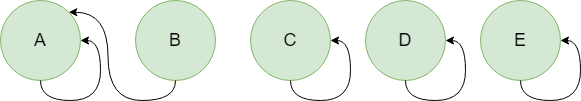
Before: algrithem/union_set_example2.drawio.png, a diagram exported from draw.io (muxicode/c153080686). Source tidied: cells renumbered, new cells last; positions are measured from the earlier drawing's top-left corner, leaving out a move shared by most shapes. Its diagram source:
```xml
<mxGraphModel>
  <root>
    <mxCell id="0" />
    <mxCell id="1" parent="0" />
    <mxCell id="2" value="&lt;font style=&quot;font-size: 18px;&quot;&gt;A&lt;/font&gt;" style="ellipse;whiteSpace=wrap;html=1;fillColor=#d5e8d4;strokeColor=#82b366;" parent="1" vertex="1">
      <mxGeometry width="80" height="80" as="geometry" />
    </mxCell>
    <mxCell id="3" style="edgeStyle=orthogonalEdgeStyle;rounded=0;orthogonalLoop=1;jettySize=auto;html=1;exitX=0.5;exitY=1;exitDx=0;exitDy=0;entryX=1;entryY=0.5;entryDx=0;entryDy=0;curved=1;" parent="1" edge="1" source="2" target="2">
      <mxGeometry relative="1" as="geometry" />
    </mxCell>
    <mxCell id="4" value="&lt;font style=&quot;font-size: 18px;&quot;&gt;B&lt;/font&gt;" style="ellipse;whiteSpace=wrap;html=1;fillColor=#d5e8d4;strokeColor=#82b366;" parent="1" vertex="1">
      <mxGeometry x="135" width="80" height="80" as="geometry" />
    </mxCell>
    <mxCell id="5" style="edgeStyle=orthogonalEdgeStyle;rounded=0;jettySize=auto;html=1;exitX=0.5;exitY=1;exitDx=0;exitDy=0;entryX=1;entryY=0;entryDx=0;entryDy=0;curved=1;" parent="1" edge="1" source="4" target="2">
      <mxGeometry relative="1" as="geometry" />
    </mxCell>
    <mxCell id="6" value="&lt;span style=&quot;font-size: 18px;&quot;&gt;C&lt;/span&gt;" style="ellipse;whiteSpace=wrap;html=1;fillColor=#d5e8d4;strokeColor=#82b366;" parent="1" vertex="1">
      <mxGeometry x="250" width="80" height="80" as="geometry" />
    </mxCell>
    <mxCell id="7" style="edgeStyle=orthogonalEdgeStyle;rounded=0;orthogonalLoop=1;jettySize=auto;html=1;exitX=0.5;exitY=1;exitDx=0;exitDy=0;entryX=1;entryY=0.5;entryDx=0;entryDy=0;curved=1;" parent="1" edge="1" source="6" target="6">
      <mxGeometry relative="1" as="geometry" />
    </mxCell>
    <mxCell id="8" value="&lt;font style=&quot;font-size: 18px;&quot;&gt;D&lt;/font&gt;" style="ellipse;whiteSpace=wrap;html=1;fillColor=#d5e8d4;strokeColor=#82b366;" parent="1" vertex="1">
      <mxGeometry x="365" width="80" height="80" as="geometry" />
    </mxCell>
    <mxCell id="9" style="edgeStyle=orthogonalEdgeStyle;rounded=0;orthogonalLoop=1;jettySize=auto;html=1;exitX=0.5;exitY=1;exitDx=0;exitDy=0;entryX=1;entryY=0.5;entryDx=0;entryDy=0;curved=1;" parent="1" edge="1" source="8" target="8">
      <mxGeometry relative="1" as="geometry" />
    </mxCell>
    <mxCell id="10" value="&lt;font style=&quot;font-size: 18px;&quot;&gt;E&lt;/font&gt;" style="ellipse;whiteSpace=wrap;html=1;fillColor=#d5e8d4;strokeColor=#82b366;" parent="1" vertex="1">
      <mxGeometry x="480" width="80" height="80" as="geometry" />
    </mxCell>
    <mxCell id="11" style="edgeStyle=orthogonalEdgeStyle;rounded=0;orthogonalLoop=1;jettySize=auto;html=1;exitX=0.5;exitY=1;exitDx=0;exitDy=0;entryX=1;entryY=0.5;entryDx=0;entryDy=0;curved=1;" parent="1" edge="1" source="10" target="10">
      <mxGeometry relative="1" as="geometry" />
    </mxCell>
  </root>
</mxGraphModel>
```
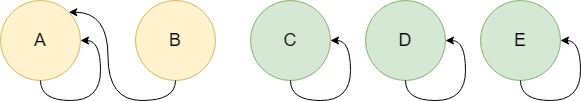
After the commit.

What changed in the source:
```diff
@@ -2,13 +2,13 @@
   <root>
     <mxCell id="0" />
     <mxCell id="1" parent="0" />
-    <mxCell id="2" value="&lt;font style=&quot;font-size: 18px;&quot;&gt;A&lt;/font&gt;" style="ellipse;whiteSpace=wrap;html=1;fillColor=#d5e8d4;strokeColor=#82b366;" parent="1" vertex="1">
+    <mxCell id="2" value="&lt;font style=&quot;font-size: 18px;&quot;&gt;A&lt;/font&gt;" style="ellipse;whiteSpace=wrap;html=1;fillColor=#fff2cc;strokeColor=#d6b656;" parent="1" vertex="1">
       <mxGeometry width="80" height="80" as="geometry" />
     </mxCell>
     <mxCell id="3" style="edgeStyle=orthogonalEdgeStyle;rounded=0;orthogonalLoop=1;jettySize=auto;html=1;exitX=0.5;exitY=1;exitDx=0;exitDy=0;entryX=1;entryY=0.5;entryDx=0;entryDy=0;curved=1;" parent="1" edge="1" source="2" target="2">
       <mxGeometry relative="1" as="geometry" />
     </mxCell>
-    <mxCell id="4" value="&lt;font style=&quot;font-size: 18px;&quot;&gt;B&lt;/font&gt;" style="ellipse;whiteSpace=wrap;html=1;fillColor=#d5e8d4;strokeColor=#82b366;" parent="1" vertex="1">
+    <mxCell id="4" value="&lt;font style=&quot;font-size: 18px;&quot;&gt;B&lt;/font&gt;" style="ellipse;whiteSpace=wrap;html=1;fillColor=#fff2cc;strokeColor=#d6b656;" parent="1" vertex="1">
       <mxGeometry x="135" width="80" height="80" as="geometry" />
     </mxCell>
     <mxCell id="5" style="edgeStyle=orthogonalEdgeStyle;rounded=0;jettySize=auto;html=1;exitX=0.5;exitY=1;exitDx=0;exitDy=0;entryX=1;entryY=0;entryDx=0;entryDy=0;curved=1;" parent="1" edge="1" source="4" target="2">
```
